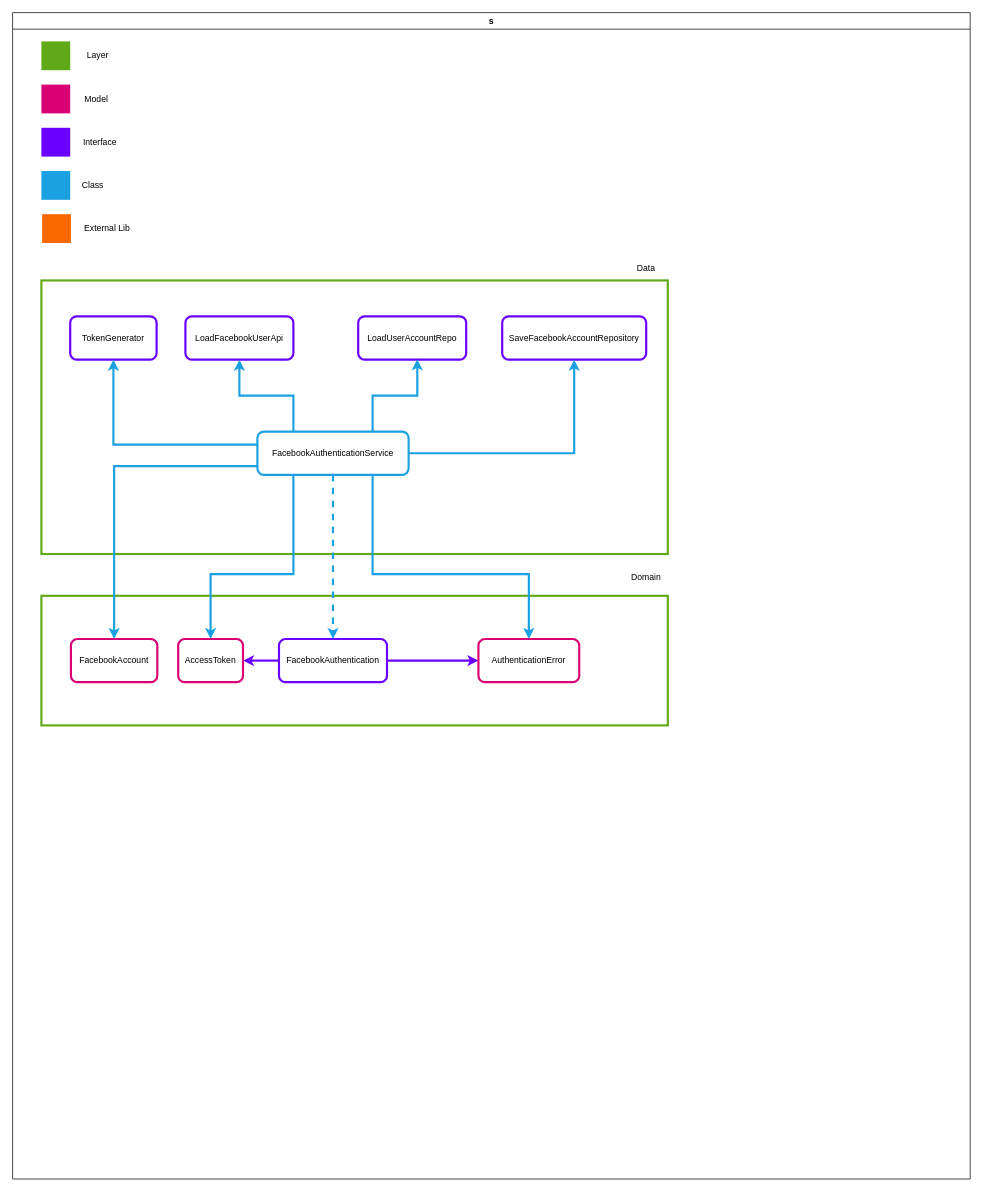
Earlier version of the draw.io diagram docs/facebook.drawio (buivangiang-12148701/serverless-typescript-dynamodb-boilerplate). Source tidied: cells renumbered, new cells numbered last; positions are measured from the earlier drawing's top-left corner, leaving out a move shared by most shapes. Both pictures are drawn from the tidied source at 72%, with x=0, y=0 at pixel (12, 12).
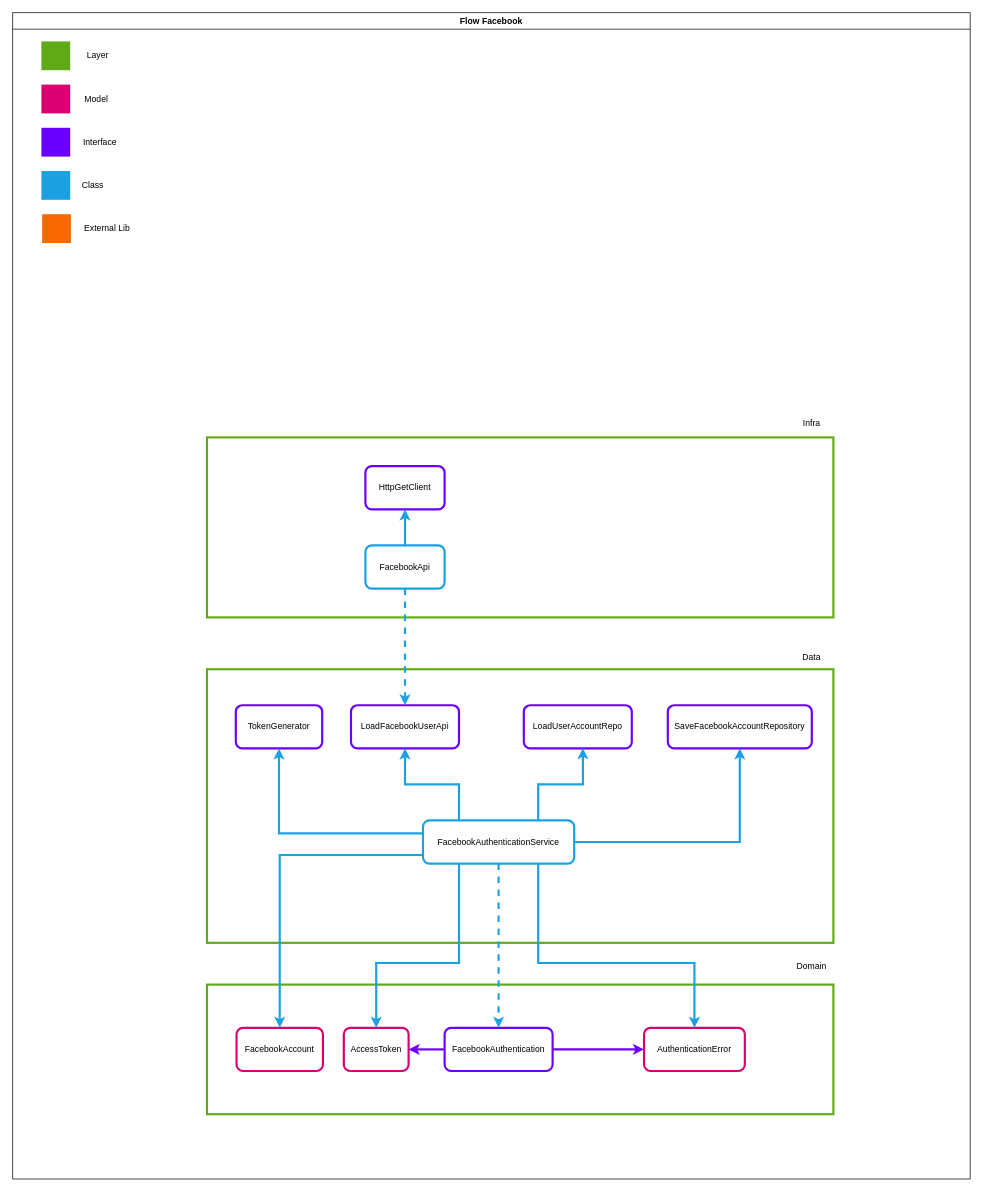
The same page after the edit.

What changed in the source:
```diff
@@
-    <mxCell id="2" value="s" style="swimlane;whiteSpace=wrap;html=1;" parent="1" vertex="1">
+    <mxCell id="2" value="Flow Facebook" style="swimlane;whiteSpace=wrap;html=1;" parent="1" vertex="1">
       <mxGeometry width="1330" height="1620" as="geometry" />
     </mxCell>
     <mxCell id="3" style="rounded=0;whiteSpace=wrap;html=1;strokeColor=#60A917;strokeWidth=3;" parent="2" vertex="1">
-      <mxGeometry x="40" y="372" width="870" height="380" as="geometry" />
+      <mxGeometry x="270" y="912" width="870" height="380" as="geometry" />
     </mxCell>
     <mxCell id="4" value="TokenGenerator" style="rounded=1;whiteSpace=wrap;html=1;strokeWidth=3;strokeColor=#6A00FF;" parent="2" vertex="1">
-      <mxGeometry x="80" y="422" width="120" height="60" as="geometry" />
+      <mxGeometry x="310" y="962" width="120" height="60" as="geometry" />
     </mxCell>
     <mxCell id="5" value="LoadFacebookUserApi" style="rounded=1;whiteSpace=wrap;html=1;strokeWidth=3;strokeColor=#6A00FF;" parent="2" vertex="1">
-      <mxGeometry x="240" y="422" width="150" height="60" as="geometry" />
+      <mxGeometry x="470" y="962" width="150" height="60" as="geometry" />
     </mxCell>
     <mxCell id="6" value="LoadUserAccountRepo" style="rounded=1;whiteSpace=wrap;html=1;strokeWidth=3;strokeColor=#6A00FF;" parent="2" vertex="1">
-      <mxGeometry x="480" y="422" width="150" height="60" as="geometry" />
+      <mxGeometry x="710" y="962" width="150" height="60" as="geometry" />
     </mxCell>
     <mxCell id="7" value="SaveFacebookAccountRepository" style="rounded=1;whiteSpace=wrap;html=1;strokeWidth=3;strokeColor=#6A00FF;" parent="2" vertex="1">
-      <mxGeometry x="680" y="422" width="200" height="60" as="geometry" />
+      <mxGeometry x="910" y="962" width="200" height="60" as="geometry" />
     </mxCell>
     <mxCell id="8" style="edgeStyle=orthogonalEdgeStyle;rounded=0;jettySize=auto;html=1;entryX=0.5;entryY=1;entryDx=0;entryDy=0;strokeColor=#1BA1E2;strokeWidth=3;" parent="2" edge="1" source="12" target="5">
       <mxGeometry relative="1" as="geometry">
         <Array as="points">
-          <mxPoint x="390" y="532" />
-          <mxPoint x="315" y="532" />
+          <mxPoint x="620" y="1072" />
+          <mxPoint x="545" y="1072" />
         </Array>
       </mxGeometry>
     </mxCell>
     <mxCell id="9" style="edgeStyle=orthogonalEdgeStyle;rounded=0;jettySize=auto;html=1;entryX=0.547;entryY=0.992;entryDx=0;entryDy=0;entryPerimeter=0;strokeColor=#1BA1E2;strokeWidth=3;" parent="2" edge="1" source="12" target="6">
       <mxGeometry relative="1" as="geometry">
         <Array as="points">
-          <mxPoint x="500" y="532" />
-          <mxPoint x="562" y="532" />
+          <mxPoint x="730" y="1072" />
+          <mxPoint x="792" y="1072" />
         </Array>
       </mxGeometry>
     </mxCell>
     <mxCell id="10" style="edgeStyle=orthogonalEdgeStyle;rounded=0;jettySize=auto;html=1;entryX=0.5;entryY=1;entryDx=0;entryDy=0;strokeColor=#1BA1E2;strokeWidth=3;" parent="2" edge="1" source="12" target="4">
       <mxGeometry relative="1" as="geometry">
         <Array as="points">
-          <mxPoint x="140" y="600" />
+          <mxPoint x="370" y="1140" />
         </Array>
       </mxGeometry>
     </mxCell>
@@
     <mxCell id="12" value="FacebookAuthenticationService" style="rounded=1;whiteSpace=wrap;html=1;strokeWidth=3;strokeColor=#1BA1E2;" parent="2" vertex="1">
-      <mxGeometry x="340" y="582" width="210" height="60" as="geometry" />
+      <mxGeometry x="570" y="1122" width="210" height="60" as="geometry" />
     </mxCell>
     <mxCell id="13" value="Data" style="text;html=1;strokeColor=none;fillColor=none;align=center;verticalAlign=middle;whiteSpace=wrap;rounded=0;strokeWidth=3;" parent="2" vertex="1">
-      <mxGeometry x="850" y="340" width="60" height="30" as="geometry" />
+      <mxGeometry x="1080" y="880" width="60" height="30" as="geometry" />
     </mxCell>
@@
     <mxCell id="24" style="rounded=0;whiteSpace=wrap;html=1;strokeColor=#60A917;strokeWidth=3;" parent="2" vertex="1">
-      <mxGeometry x="40" y="810" width="870" height="180" as="geometry" />
+      <mxGeometry x="270" y="1350" width="870" height="180" as="geometry" />
     </mxCell>
     <mxCell id="25" value="Domain" style="text;html=1;strokeColor=none;fillColor=none;align=center;verticalAlign=middle;whiteSpace=wrap;rounded=0;strokeWidth=3;" parent="2" vertex="1">
-      <mxGeometry x="850" y="770" width="60" height="30" as="geometry" />
+      <mxGeometry x="1080" y="1310" width="60" height="30" as="geometry" />
     </mxCell>
     <mxCell id="26" value="FacebookAccount" style="rounded=1;whiteSpace=wrap;html=1;strokeWidth=3;strokeColor=#D80073;" parent="2" vertex="1">
-      <mxGeometry x="81" y="870" width="120" height="60" as="geometry" />
+      <mxGeometry x="311" y="1410" width="120" height="60" as="geometry" />
     </mxCell>
     <mxCell id="27" value="AccessToken" style="rounded=1;whiteSpace=wrap;html=1;strokeWidth=3;strokeColor=#D80073;" parent="2" vertex="1">
-      <mxGeometry x="230" y="870" width="90" height="60" as="geometry" />
+      <mxGeometry x="460" y="1410" width="90" height="60" as="geometry" />
     </mxCell>
@@
     <mxCell id="30" value="FacebookAuthentication" style="rounded=1;whiteSpace=wrap;html=1;strokeWidth=3;strokeColor=#6A00FF;" parent="2" vertex="1">
-      <mxGeometry x="370" y="870" width="150" height="60" as="geometry" />
+      <mxGeometry x="600" y="1410" width="150" height="60" as="geometry" />
     </mxCell>
     <mxCell id="31" value="AuthenticationError" style="rounded=1;whiteSpace=wrap;html=1;strokeWidth=3;strokeColor=#D80073;" parent="2" vertex="1">
-      <mxGeometry x="647" y="870" width="140" height="60" as="geometry" />
+      <mxGeometry x="877" y="1410" width="140" height="60" as="geometry" />
     </mxCell>
@@
     <mxCell id="33" style="edgeStyle=orthogonalEdgeStyle;rounded=0;jettySize=auto;html=1;entryX=0.5;entryY=0;entryDx=0;entryDy=0;strokeColor=#1BA1E2;strokeWidth=3;" parent="2" edge="1" source="12" target="27">
       <mxGeometry relative="1" as="geometry">
         <Array as="points">
-          <mxPoint x="390" y="780" />
-          <mxPoint x="275" y="780" />
+          <mxPoint x="620" y="1320" />
+          <mxPoint x="505" y="1320" />
         </Array>
       </mxGeometry>
     </mxCell>
     <mxCell id="34" style="edgeStyle=orthogonalEdgeStyle;rounded=0;jettySize=auto;html=1;entryX=0.5;entryY=0;entryDx=0;entryDy=0;strokeColor=#1BA1E2;strokeWidth=3;" parent="2" edge="1" source="12" target="31">
       <mxGeometry relative="1" as="geometry">
         <Array as="points">
-          <mxPoint x="500" y="780" />
-          <mxPoint x="717" y="780" />
+          <mxPoint x="730" y="1320" />
+          <mxPoint x="947" y="1320" />
         </Array>
       </mxGeometry>
     </mxCell>
     <mxCell id="35" style="edgeStyle=orthogonalEdgeStyle;rounded=0;jettySize=auto;html=1;strokeColor=#1BA1E2;strokeWidth=3;" parent="2" edge="1" source="12" target="26">
       <mxGeometry relative="1" as="geometry">
         <Array as="points">
-          <mxPoint x="141" y="630" />
+          <mxPoint x="371" y="1170" />
         </Array>
       </mxGeometry>
     </mxCell>
+    <mxCell id="36" style="rounded=0;whiteSpace=wrap;html=1;strokeColor=#60A917;strokeWidth=3;" parent="2" vertex="1">
+      <mxGeometry x="270" y="590" width="870" height="250" as="geometry" />
+    </mxCell>
+    <mxCell id="37" value="HttpGetClient" style="rounded=1;whiteSpace=wrap;html=1;strokeWidth=3;strokeColor=#6A00FF;" parent="2" vertex="1">
+      <mxGeometry x="490" y="630" width="110" height="60" as="geometry" />
+    </mxCell>
+    <mxCell id="38" style="edgeStyle=orthogonalEdgeStyle;rounded=0;jettySize=auto;html=1;entryX=0.5;entryY=0;entryDx=0;entryDy=0;fillColor=#1ba1e2;strokeColor=#1BA1E2;strokeWidth=3;dashed=1;" parent="2" edge="1" source="40" target="5">
+      <mxGeometry relative="1" as="geometry" />
+    </mxCell>
+    <mxCell id="39" style="edgeStyle=orthogonalEdgeStyle;rounded=0;jettySize=auto;html=1;entryX=0.5;entryY=1;entryDx=0;entryDy=0;strokeColor=#1BA1E2;strokeWidth=3;" parent="2" edge="1" source="40" target="37">
+      <mxGeometry relative="1" as="geometry" />
+    </mxCell>
+    <mxCell id="40" value="FacebookApi" style="rounded=1;whiteSpace=wrap;html=1;strokeWidth=3;strokeColor=#1BA1E2;" parent="2" vertex="1">
+      <mxGeometry x="490" y="740" width="110" height="60" as="geometry" />
+    </mxCell>
+    <mxCell id="41" value="Infra" style="text;html=1;strokeColor=none;fillColor=none;align=center;verticalAlign=middle;whiteSpace=wrap;rounded=0;strokeWidth=3;" parent="2" vertex="1">
+      <mxGeometry x="1080" y="555" width="60" height="30" as="geometry" />
+    </mxCell>
```
